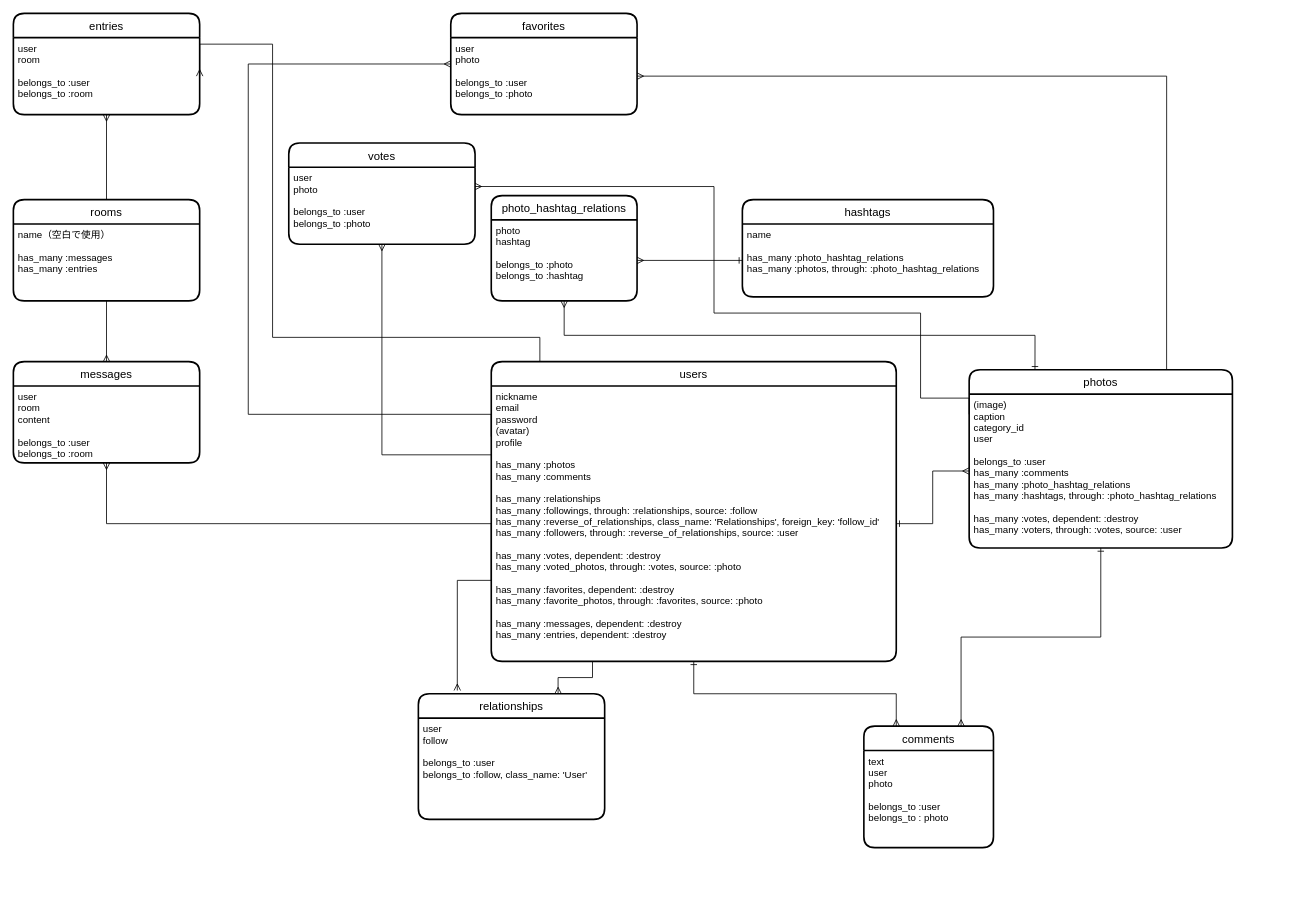
Before: ER_petput.dio in MitsuTurtle/petput, a draw.io diagram. Source tidied: cells renumbered, new cells numbered last; positions are measured from the earlier drawing's top-left corner, leaving out a move shared by most shapes. Both pictures are drawn from the tidied source at 81%, with x=0, y=0 at pixel (13, 13).
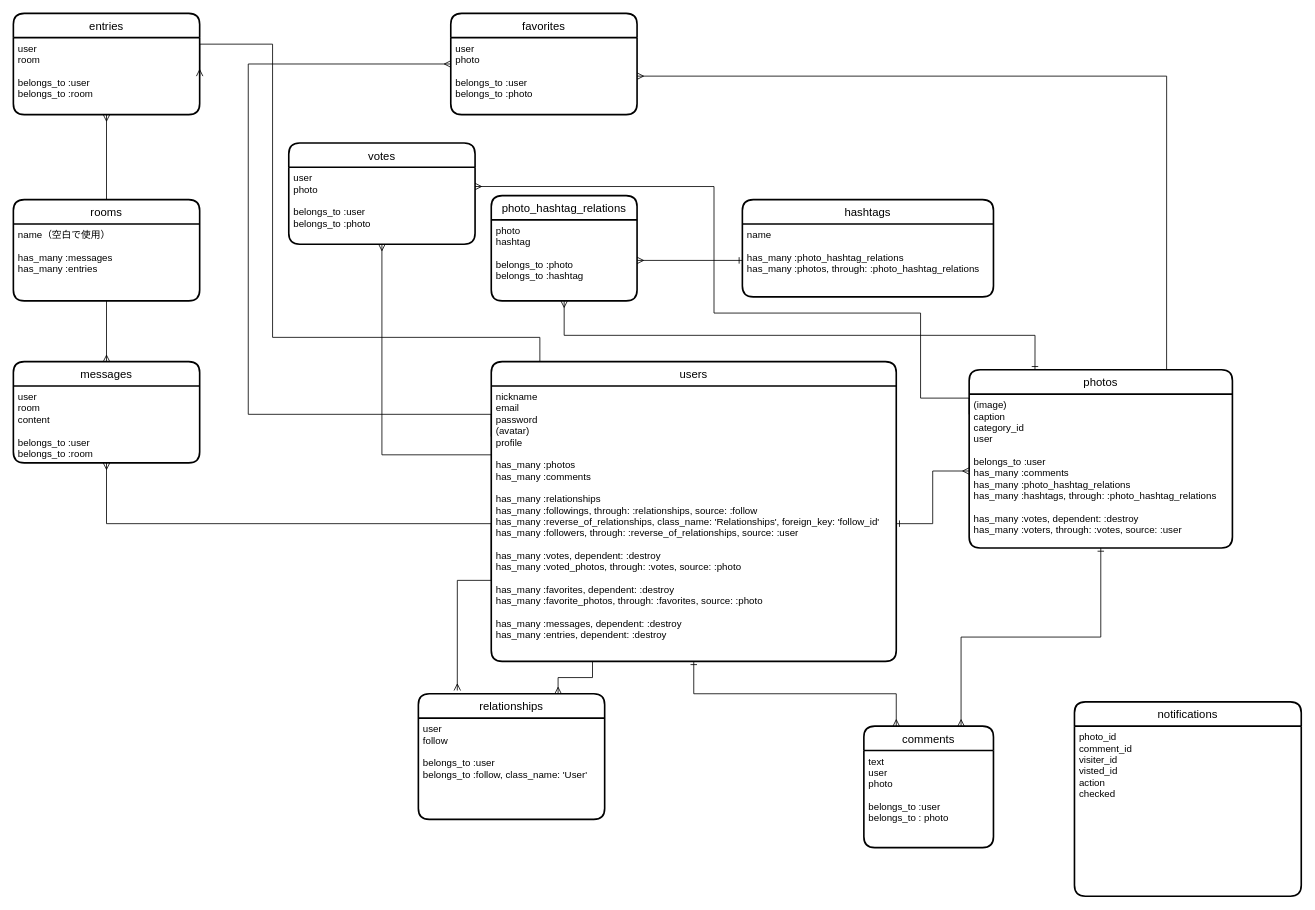
The same page after the edit.

Change to the diagram source:
```diff
@@
+    <mxCell id="44" value="notifications" style="swimlane;horizontal=1;startSize=30;rounded=1;fontSize=14;fontStyle=0;strokeWidth=2;shadow=0;dashed=0;align=center;" parent="1" vertex="1">
+      <mxGeometry x="1310" y="850" width="280" height="240" as="geometry" />
+    </mxCell>
+    <mxCell id="45" value="photo_id&#10;comment_id&#10;visiter_id&#10;visted_id&#10;action&#10;checked" style="align=left;strokeColor=none;fillColor=none;spacingLeft=4;fontSize=12;verticalAlign=top;" parent="44" vertex="1">
+      <mxGeometry y="30" width="280" height="210" as="geometry" />
+    </mxCell>
```
